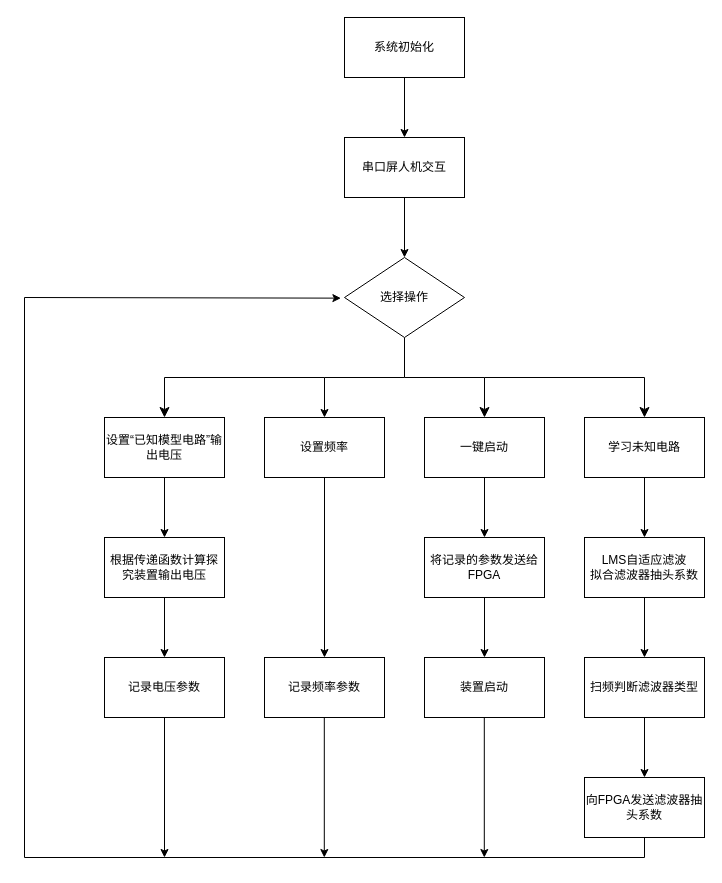
Before: 电赛STM32程序流程图.drawio in youmiwei/drawio, a draw.io diagram. Source tidied: cells renumbered, new cells numbered last; positions are measured from the earlier drawing's top-left corner, leaving out a move shared by most shapes. Both pictures are drawn from the tidied source at 100%, with x=0, y=0 at pixel (24, 17).
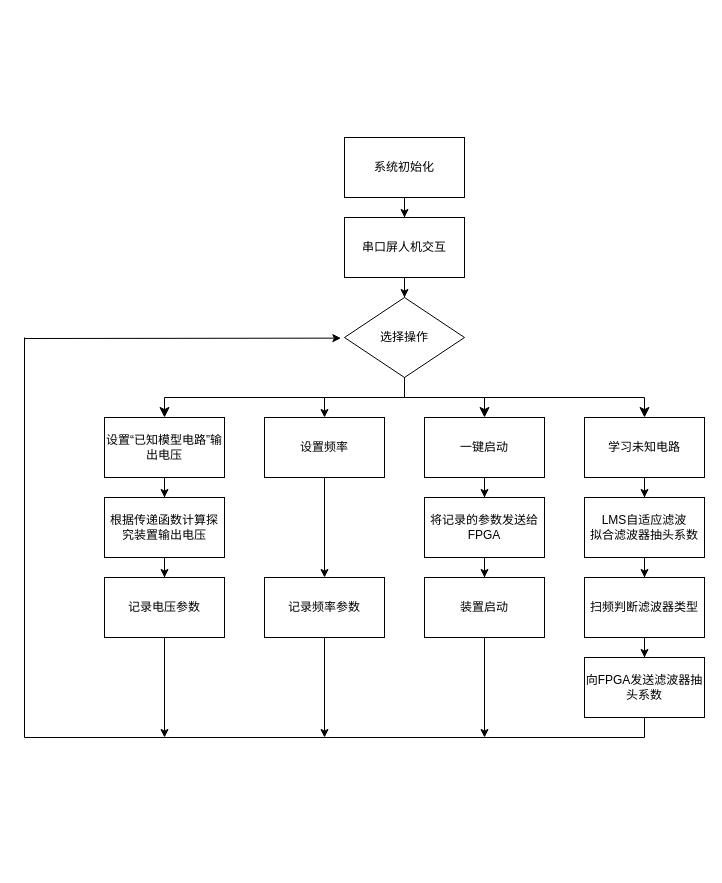
Above is the later version.

Commit message:
更新电赛STM32程序流程图.drawio

Unchanged cells that the change refers to:
```xml
<mxCell id="9" value="设置频率" style="whiteSpace=wrap;html=1;rounded=0;" parent="1" vertex="1">
  <mxGeometry x="240" y="400" width="120" height="60" as="geometry" />
</mxCell>
<mxCell id="12" value="一键启动" style="whiteSpace=wrap;html=1;rounded=0;" parent="1" vertex="1">
  <mxGeometry x="400" y="400" width="120" height="60" as="geometry" />
</mxCell>
<mxCell id="14" value="设置“已知模型电路”输出电压" style="whiteSpace=wrap;html=1;rounded=0;" parent="1" vertex="1">
  <mxGeometry x="80" y="400" width="120" height="60" as="geometry" />
</mxCell>
<mxCell id="18" value="学习未知电路" style="whiteSpace=wrap;html=1;rounded=0;" parent="1" vertex="1">
  <mxGeometry x="560" y="400" width="120" height="60" as="geometry" />
</mxCell>
```

Change to the diagram source:
```diff
@@
     <mxCell id="3" value="系统初始化" style="rounded=0;whiteSpace=wrap;html=1;" parent="1" vertex="1">
-      <mxGeometry x="320" width="120" height="60" as="geometry" />
+      <mxGeometry x="320" y="120" width="120" height="60" as="geometry" />
     </mxCell>
@@
     <mxCell id="5" value="串口屏人机交互" style="whiteSpace=wrap;html=1;rounded=0;" parent="1" vertex="1">
-      <mxGeometry x="320" y="120" width="120" height="60" as="geometry" />
+      <mxGeometry x="320" y="200" width="120" height="60" as="geometry" />
     </mxCell>
     <mxCell id="6" style="edgeStyle=orthogonalEdgeStyle;rounded=0;jettySize=auto;html=1;" parent="1" edge="1" source="7" target="9">
-      <mxGeometry relative="1" as="geometry" />
+      <mxGeometry relative="1" as="geometry">
+        <Array as="points">
+          <mxPoint x="380" y="380" />
+          <mxPoint x="300" y="380" />
+        </Array>
+      </mxGeometry>
     </mxCell>
     <mxCell id="7" value="选择操作" style="rhombus;whiteSpace=wrap;html=1;rounded=0;" parent="1" vertex="1">
-      <mxGeometry x="320" y="240" width="120" height="80" as="geometry" />
+      <mxGeometry x="320" y="280" width="120" height="80" as="geometry" />
     </mxCell>
@@
     <mxCell id="10" style="edgeStyle=segmentEdgeStyle;endArrow=classic;html=1;curved=0;rounded=0;endSize=8;startSize=8;entryX=0.5;entryY=0;entryDx=0;entryDy=0;" parent="1" edge="1" target="12">
       <mxGeometry relative="1" as="geometry">
         <mxPoint x="380" y="360" as="sourcePoint" />
+        <Array as="points">
+          <mxPoint x="380" y="380" />
+          <mxPoint x="460" y="380" />
+        </Array>
       </mxGeometry>
     </mxCell>
@@
     <mxCell id="15" style="edgeStyle=segmentEdgeStyle;endArrow=classic;html=1;curved=0;rounded=0;endSize=8;startSize=8;entryX=0.5;entryY=0;entryDx=0;entryDy=0;" parent="1" edge="1" target="14">
       <mxGeometry relative="1" as="geometry">
-        <mxPoint x="300" y="360" as="sourcePoint" />
+        <mxPoint x="300" y="380" as="sourcePoint" />
       </mxGeometry>
     </mxCell>
     <mxCell id="16" style="edgeStyle=segmentEdgeStyle;endArrow=classic;html=1;curved=0;rounded=0;endSize=8;startSize=8;entryX=0.5;entryY=0;entryDx=0;entryDy=0;" parent="1" edge="1" target="18">
       <mxGeometry relative="1" as="geometry">
-        <mxPoint x="460" y="360" as="sourcePoint" />
+        <mxPoint x="460" y="380" as="sourcePoint" />
+        <Array as="points">
+          <mxPoint x="460" y="380" />
+          <mxPoint x="620" y="380" />
+        </Array>
       </mxGeometry>
     </mxCell>
@@
     <mxCell id="20" value="根据传递函数计算探究装置输出电压" style="whiteSpace=wrap;html=1;rounded=0;" parent="1" vertex="1">
-      <mxGeometry x="80" y="520" width="120" height="60" as="geometry" />
+      <mxGeometry x="80" y="480" width="120" height="60" as="geometry" />
     </mxCell>
     <mxCell id="21" value="记录电压参数" style="whiteSpace=wrap;html=1;rounded=0;" parent="1" vertex="1">
-      <mxGeometry x="80" y="640" width="120" height="60" as="geometry" />
+      <mxGeometry x="80" y="560" width="120" height="60" as="geometry" />
     </mxCell>
     <mxCell id="22" value="记录频率参数" style="whiteSpace=wrap;html=1;rounded=0;" parent="1" vertex="1">
-      <mxGeometry x="240" y="640" width="120" height="60" as="geometry" />
+      <mxGeometry x="240" y="560" width="120" height="60" as="geometry" />
     </mxCell>
@@
     <mxCell id="24" value="将记录的参数发送给FPGA" style="whiteSpace=wrap;html=1;rounded=0;" parent="1" vertex="1">
-      <mxGeometry x="400" y="520" width="120" height="60" as="geometry" />
+      <mxGeometry x="400" y="480" width="120" height="60" as="geometry" />
     </mxCell>
     <mxCell id="25" value="装置启动" style="whiteSpace=wrap;html=1;rounded=0;" parent="1" vertex="1">
-      <mxGeometry x="400" y="640" width="120" height="60" as="geometry" />
+      <mxGeometry x="400" y="560" width="120" height="60" as="geometry" />
     </mxCell>
@@
     <mxCell id="27" value="LMS自适应滤波&lt;div&gt;拟合滤波器抽头系数&lt;/div&gt;" style="whiteSpace=wrap;html=1;rounded=0;" parent="1" vertex="1">
-      <mxGeometry x="560" y="520" width="120" height="60" as="geometry" />
+      <mxGeometry x="560" y="480" width="120" height="60" as="geometry" />
     </mxCell>
@@
     <mxCell id="29" value="扫频判断滤波器类型" style="whiteSpace=wrap;html=1;rounded=0;" parent="1" vertex="1">
-      <mxGeometry x="560" y="640" width="120" height="60" as="geometry" />
+      <mxGeometry x="560" y="560" width="120" height="60" as="geometry" />
     </mxCell>
     <mxCell id="30" value="向FPGA发送滤波器抽头系数" style="whiteSpace=wrap;html=1;rounded=0;" parent="1" vertex="1">
-      <mxGeometry x="560" y="760" width="120" height="60" as="geometry" />
+      <mxGeometry x="560" y="640" width="120" height="60" as="geometry" />
     </mxCell>
     <mxCell id="31" style="endArrow=none;html=1;rounded=0;" parent="1" edge="1">
       <mxGeometry relative="1" as="geometry">
-        <mxPoint y="840" as="sourcePoint" />
-        <mxPoint x="620" y="840" as="targetPoint" />
+        <mxPoint y="720" as="sourcePoint" />
+        <mxPoint x="620" y="720" as="targetPoint" />
       </mxGeometry>
     </mxCell>
     <mxCell id="32" style="endArrow=none;html=1;rounded=0;entryX=0.5;entryY=1;entryDx=0;entryDy=0;" parent="1" edge="1" target="30">
       <mxGeometry relative="1" as="geometry">
-        <mxPoint x="620" y="840" as="sourcePoint" />
+        <mxPoint x="620" y="720" as="sourcePoint" />
       </mxGeometry>
     </mxCell>
     <mxCell id="33" style="endArrow=none;html=1;rounded=0;" parent="1" edge="1">
       <mxGeometry relative="1" as="geometry">
-        <mxPoint y="840" as="sourcePoint" />
-        <mxPoint y="280" as="targetPoint" />
+        <mxPoint y="720" as="sourcePoint" />
+        <mxPoint y="320" as="targetPoint" />
       </mxGeometry>
     </mxCell>
     <mxCell id="34" style="endArrow=classic;html=1;rounded=0;entryX=-0.03;entryY=0.508;entryDx=0;entryDy=0;entryPerimeter=0;" parent="1" edge="1" target="7">
       <mxGeometry relative="1" as="geometry">
-        <mxPoint y="280" as="sourcePoint" />
+        <mxPoint y="321" as="sourcePoint" />
       </mxGeometry>
     </mxCell>
     <mxCell id="35" style="endArrow=classic;html=1;rounded=0;exitX=0.5;exitY=1;exitDx=0;exitDy=0;" parent="1" edge="1" source="21">
       <mxGeometry relative="1" as="geometry">
-        <mxPoint x="140" y="840" as="targetPoint" />
+        <mxPoint x="140" y="720" as="targetPoint" />
       </mxGeometry>
     </mxCell>
-    <mxCell id="36" style="endArrow=classic;html=1;rounded=0;exitX=0.5;exitY=1;exitDx=0;exitDy=0;" parent="1" edge="1">
+    <mxCell id="36" style="endArrow=classic;html=1;rounded=0;exitX=0.5;exitY=1;exitDx=0;exitDy=0;" parent="1" edge="1" source="22">
       <mxGeometry relative="1" as="geometry">
-        <mxPoint x="299.8" y="700" as="sourcePoint" />
-        <mxPoint x="299.8" y="840" as="targetPoint" />
+        <mxPoint x="300" y="720" as="targetPoint" />
       </mxGeometry>
     </mxCell>
-    <mxCell id="37" style="endArrow=classic;html=1;rounded=0;exitX=0.5;exitY=1;exitDx=0;exitDy=0;" parent="1" edge="1">
+    <mxCell id="37" style="endArrow=classic;html=1;rounded=0;exitX=0.5;exitY=1;exitDx=0;exitDy=0;" parent="1" edge="1" source="25">
       <mxGeometry relative="1" as="geometry">
-        <mxPoint x="459.8" y="700" as="sourcePoint" />
-        <mxPoint x="459.8" y="840" as="targetPoint" />
+        <mxPoint x="460" y="720" as="targetPoint" />
       </mxGeometry>
     </mxCell>
```
